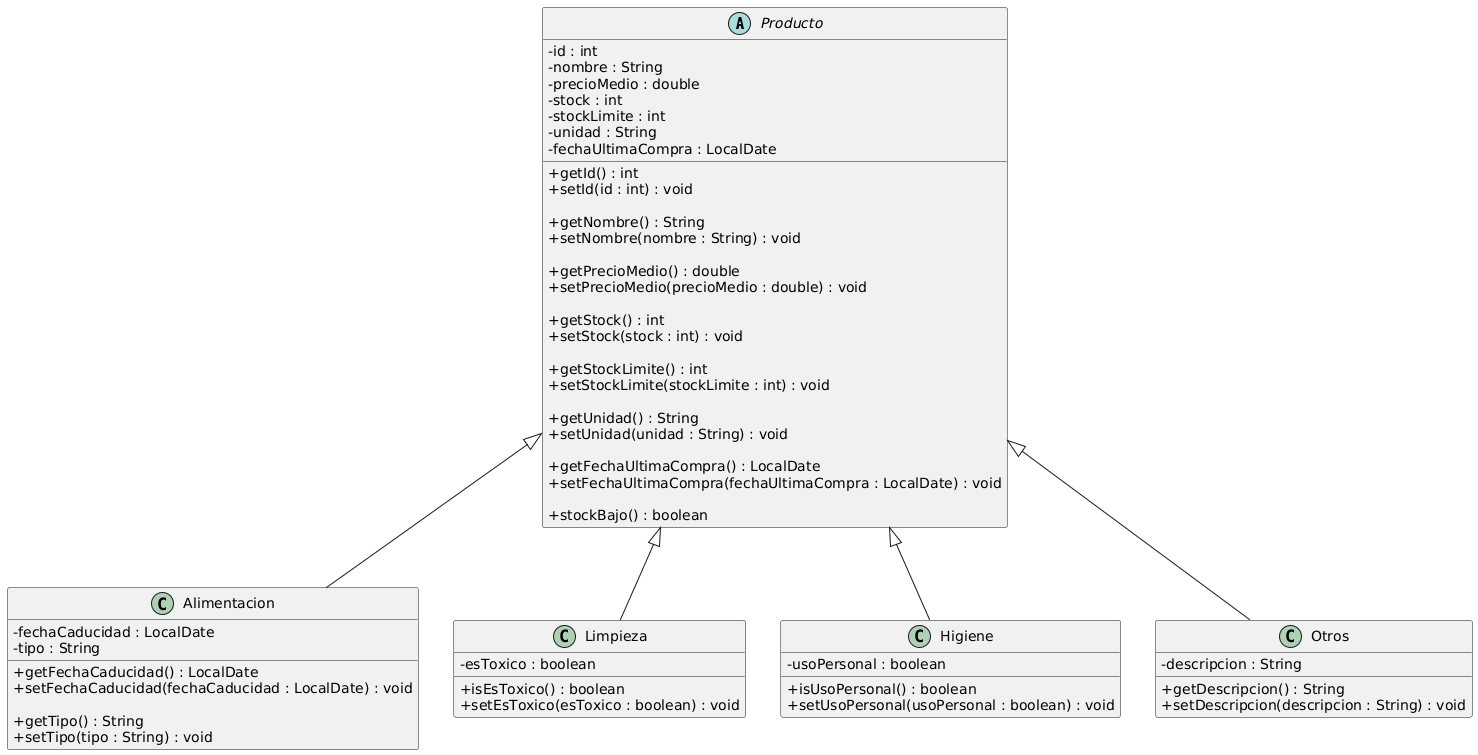
Before: src/main/resources/com/abeltran10/lista_compra/uml/diagrama_clases.png, a diagram exported from PlantUML (abeltran10/lista_compra). Its diagram source:
```plantuml
@startuml
skinparam classAttributeIconSize 0

abstract class Producto {
    - id : int
    - nombre : String
    - precioMedio : double
    - stock : int
    - stockLimite : int
    - unidad : String
    - fechaUltimaCompra : LocalDate

    + getId() : int
    + setId(id : int) : void

    + getNombre() : String
    + setNombre(nombre : String) : void

    + getPrecioMedio() : double
    + setPrecioMedio(precioMedio : double) : void

    + getStock() : int
    + setStock(stock : int) : void

    + getStockLimite() : int
    + setStockLimite(stockLimite : int) : void

    + getUnidad() : String
    + setUnidad(unidad : String) : void

    + getFechaUltimaCompra() : LocalDate
    + setFechaUltimaCompra(fechaUltimaCompra : LocalDate) : void

    + stockBajo() : boolean
}

class Alimentacion {
    - fechaCaducidad : LocalDate
    - tipo : String

    + getFechaCaducidad() : LocalDate
    + setFechaCaducidad(fechaCaducidad : LocalDate) : void

    + getTipo() : String
    + setTipo(tipo : String) : void
}

class Limpieza {
    - esToxico : boolean

    + isEsToxico() : boolean
    + setEsToxico(esToxico : boolean) : void
}

class Higiene {
    - usoPersonal : boolean

    + isUsoPersonal() : boolean
    + setUsoPersonal(usoPersonal : boolean) : void
}

class Otros {
    - descripcion : String

    + getDescripcion() : String
    + setDescripcion(descripcion : String) : void
}

Producto <|-- Alimentacion
Producto <|-- Limpieza
Producto <|-- Higiene
Producto <|-- Otros
@enduml
```
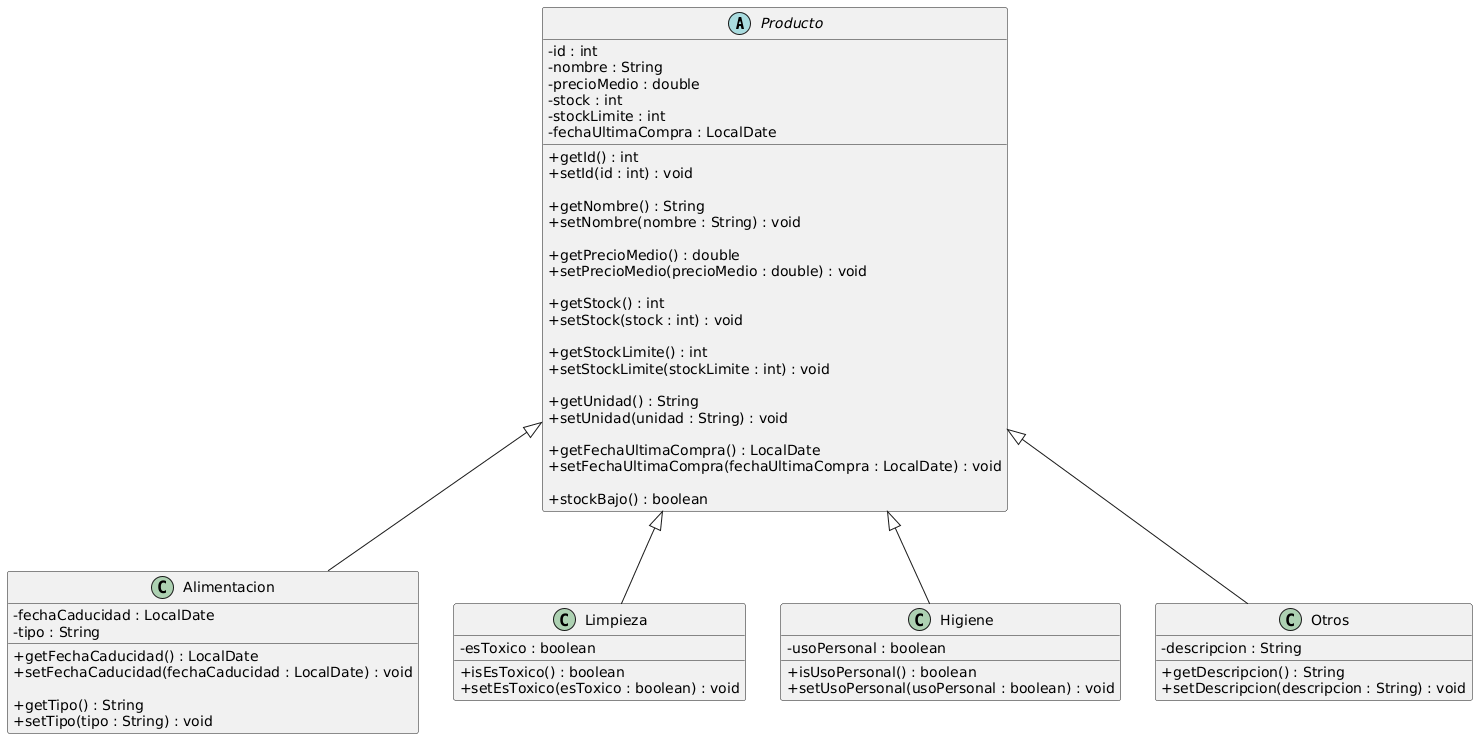
Above is the later version.

Commit message:
Editado diagrama de clases

The edit, as a diff of the source:
```diff
@@ -7,7 +7,6 @@
     - precioMedio : double
     - stock : int
     - stockLimite : int
-    - unidad : String
     - fechaUltimaCompra : LocalDate
 
     + getId() : int
```
